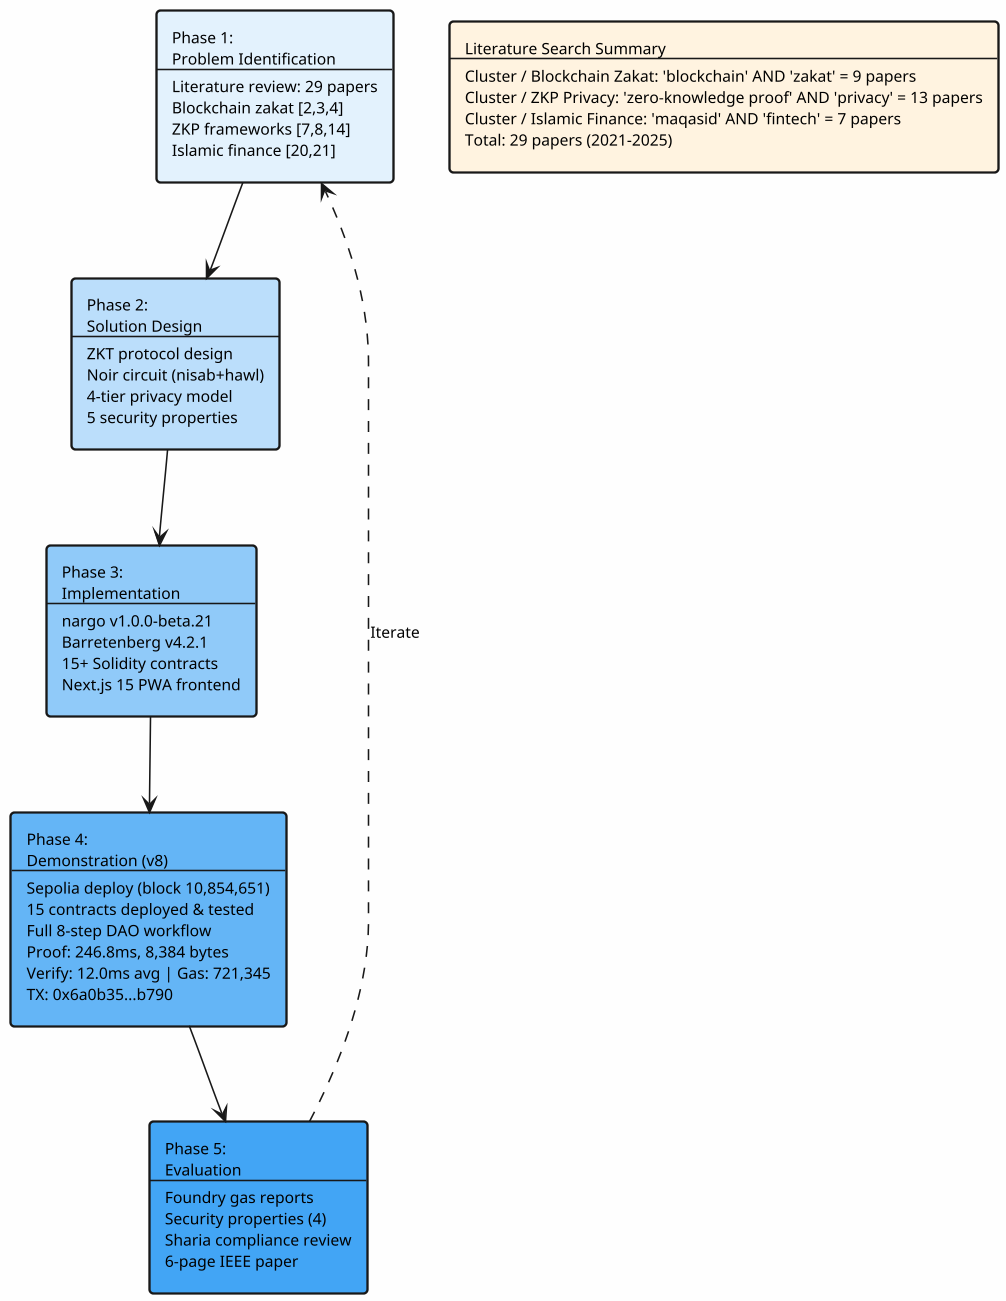
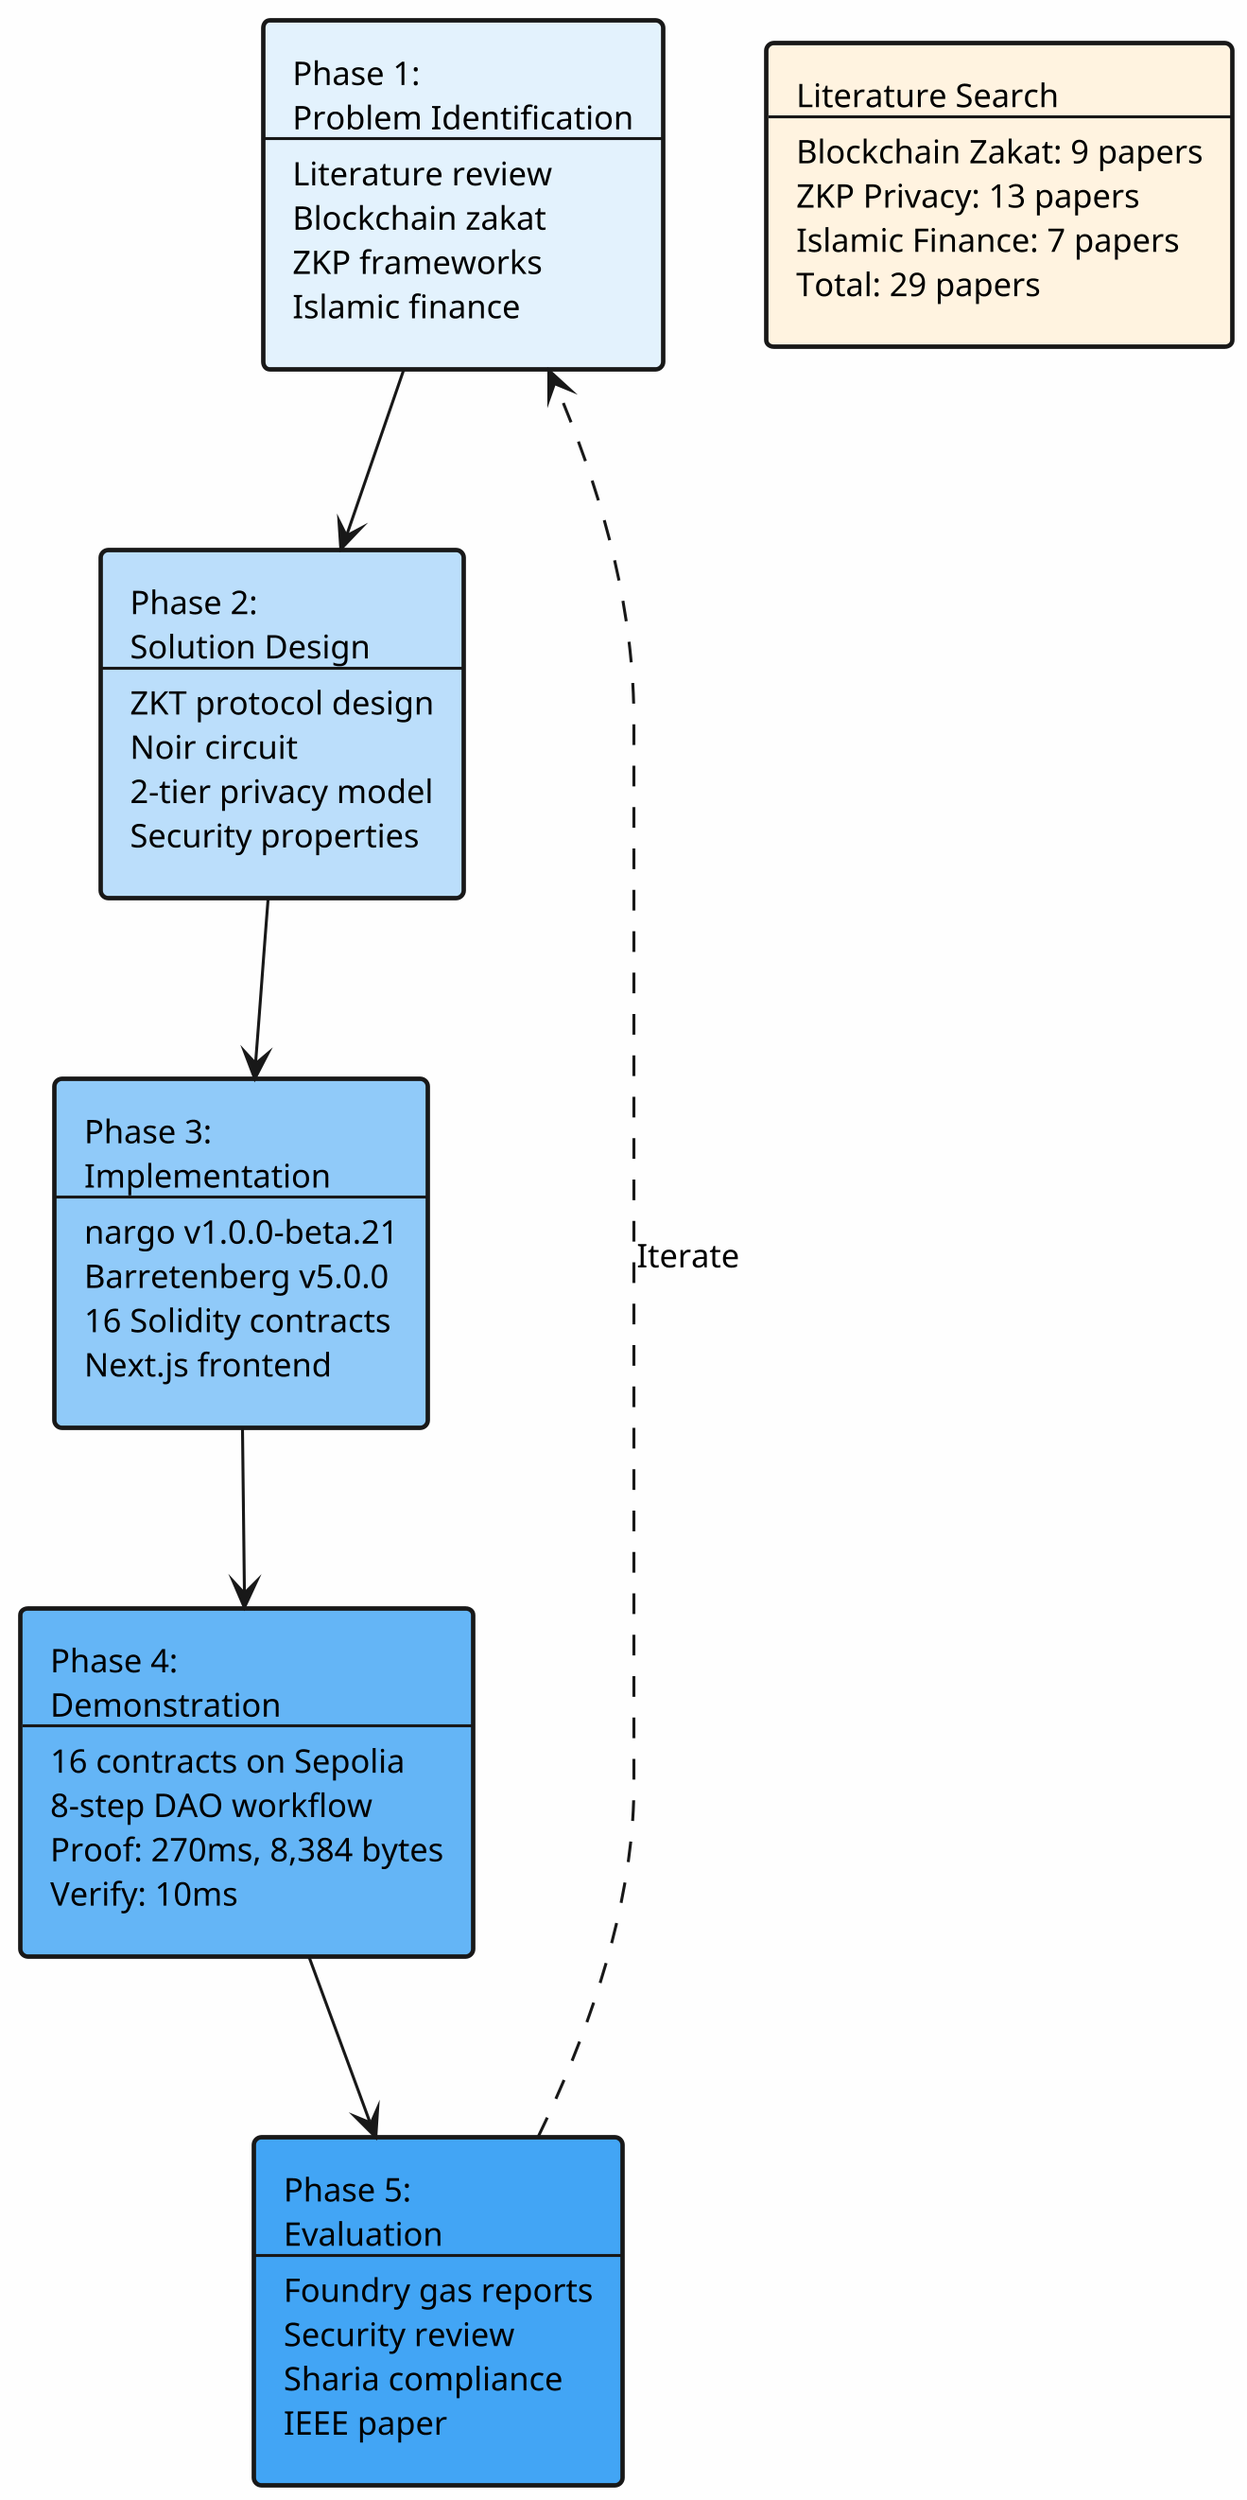
@startuml
skinparam backgroundColor #FEFEFE
skinparam shadowing false
skinparam defaultFontName Times-Roman
- skinparam defaultFontSize 10
+ skinparam defaultFontSize 11
skinparam rectangleBorderThickness 1.5
- skinparam dpi 150
+ skinparam dpi 300


- rectangle "Phase 1:\nProblem Identification\n--\nLiterature review: 29 papers\nBlockchain zakat [2,3,4]\nZKP frameworks [7,8,14]\nIslamic finance [20,21]" as P1 #E3F2FD
- rectangle "Phase 2:\nSolution Design\n--\nZKT protocol design\nNoir circuit (nisab+hawl)\n4-tier privacy model\n5 security properties" as P2 #BBDEFB
- rectangle "Phase 3:\nImplementation\n--\nnargo v1.0.0-beta.21\nBarretenberg v4.2.1\n15+ Solidity contracts\nNext.js 15 PWA frontend" as P3 #90CAF9
- rectangle "Phase 4:\nDemonstration (v8)\n--\nSepolia deploy (block 10,854,651)\n15 contracts deployed & tested\nFull 8-step DAO workflow\nProof: 246.8ms, 8,384 bytes\nVerify: 12.0ms avg | Gas: 721,345\nTX: 0x6a0b35...b790" as P4 #64B5F6
- rectangle "Phase 5:\nEvaluation\n--\nFoundry gas reports\nSecurity properties (4)\nSharia compliance review\n6-page IEEE paper" as P5 #42A5F5
+ rectangle "Phase 1:\nProblem Identification\n--\nLiterature review\nBlockchain zakat\nZKP frameworks\nIslamic finance" as P1 #E3F2FD
+ rectangle "Phase 2:\nSolution Design\n--\nZKT protocol design\nNoir circuit\n2-tier privacy model\nSecurity properties" as P2 #BBDEFB
+ rectangle "Phase 3:\nImplementation\n--\nnargo v1.0.0-beta.21\nBarretenberg v5.0.0\n16 Solidity contracts\nNext.js frontend" as P3 #90CAF9
+ rectangle "Phase 4:\nDemonstration\n--\n16 contracts on Sepolia\n8-step DAO workflow\nProof: 270ms, 8,384 bytes\nVerify: 10ms" as P4 #64B5F6
+ rectangle "Phase 5:\nEvaluation\n--\nFoundry gas reports\nSecurity review\nSharia compliance\nIEEE paper" as P5 #42A5F5

P1 --> P2
P2 --> P3
P3 --> P4
P4 --> P5
P5 ..> P1 : Iterate

- rectangle "Literature Search Summary\n--\nCluster / Blockchain Zakat: 'blockchain' AND 'zakat' = 9 papers\nCluster / ZKP Privacy: 'zero-knowledge proof' AND 'privacy' = 13 papers\nCluster / Islamic Finance: 'maqasid' AND 'fintech' = 7 papers\nTotal: 29 papers (2021-2025)" as SUMMARY #FFF3E0
+ rectangle "Literature Search\n--\nBlockchain Zakat: 9 papers\nZKP Privacy: 13 papers\nIslamic Finance: 7 papers\nTotal: 29 papers" as SUMMARY #FFF3E0

@enduml
